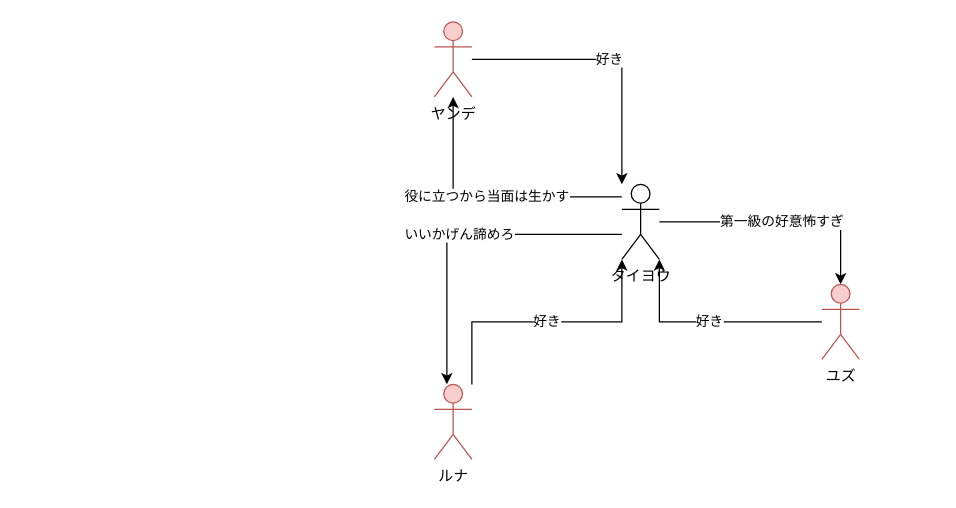
Above: relation.drawio in stakiran/isemuge (draw.io), before the change. Source tidied: cells renumbered, new cells numbered last; positions are measured from the earlier drawing's top-left corner, leaving out a move shared by most shapes. Both pictures are drawn from the tidied source at 125%, with x=0, y=0 at pixel (434, 21).
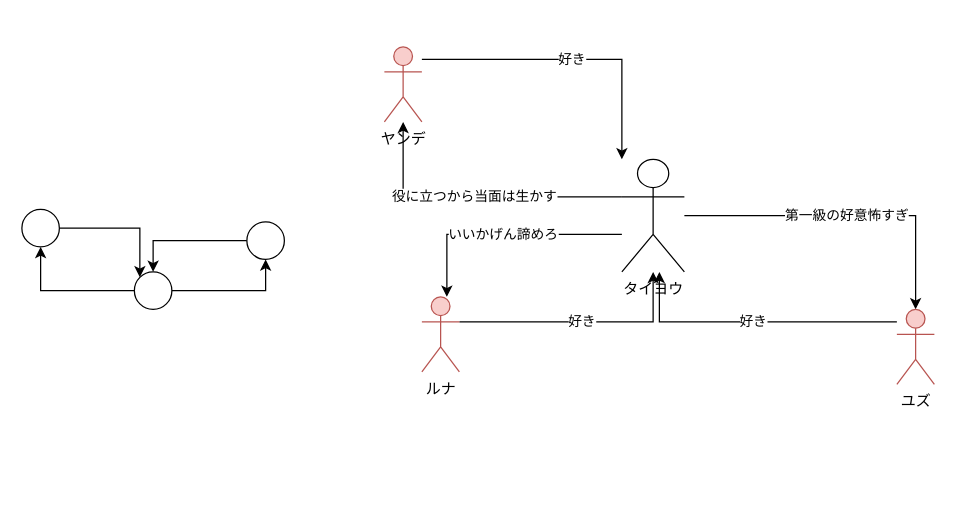
The same page after the edit.

Commit message:
draw.ioだめそうです...

Diff of the diagram source:
```diff
@@
     <mxCell id="3" value="ルナ" style="shape=umlActor;verticalLabelPosition=bottom;verticalAlign=top;html=1;outlineConnect=0;fillColor=#f8cecc;strokeColor=#b85450;" parent="1" vertex="1">
-      <mxGeometry y="290" width="30" height="60" as="geometry" />
+      <mxGeometry x="-10" y="220" width="30" height="60" as="geometry" />
     </mxCell>
@@
     <mxCell id="6" value="役に立つから当面は生かす" style="edgeStyle=orthogonalEdgeStyle;rounded=0;jettySize=auto;html=1;" parent="1" edge="1" source="7" target="11">
       <mxGeometry relative="1" as="geometry">
         <Array as="points">
-          <mxPoint x="15" y="140" />
+          <mxPoint x="-25" y="140" />
         </Array>
       </mxGeometry>
     </mxCell>
     <mxCell id="7" value="タイヨウ" style="shape=umlActor;verticalLabelPosition=bottom;verticalAlign=top;html=1;outlineConnect=0;" parent="1" vertex="1">
-      <mxGeometry x="150" y="130" width="30" height="60" as="geometry" />
+      <mxGeometry x="150" y="110" width="50" height="90" as="geometry" />
     </mxCell>
@@
     <mxCell id="9" value="ユズ" style="shape=umlActor;verticalLabelPosition=bottom;verticalAlign=top;html=1;outlineConnect=0;fillColor=#f8cecc;strokeColor=#b85450;" parent="1" vertex="1">
-      <mxGeometry x="310" y="210" width="30" height="60" as="geometry" />
+      <mxGeometry x="370" y="230" width="30" height="60" as="geometry" />
     </mxCell>
@@
     <mxCell id="11" value="ヤンデ" style="shape=umlActor;verticalLabelPosition=bottom;verticalAlign=top;html=1;outlineConnect=0;fillColor=#f8cecc;strokeColor=#b85450;" parent="1" vertex="1">
-      <mxGeometry width="30" height="60" as="geometry" />
+      <mxGeometry x="-40" y="20" width="30" height="60" as="geometry" />
     </mxCell>
+    <mxCell id="12" style="edgeStyle=orthogonalEdgeStyle;rounded=0;jettySize=auto;html=1;" parent="1" edge="1" source="14" target="16">
+      <mxGeometry relative="1" as="geometry" />
+    </mxCell>
+    <mxCell id="13" style="edgeStyle=orthogonalEdgeStyle;rounded=0;jettySize=auto;html=1;entryX=0.5;entryY=1;entryDx=0;entryDy=0;" parent="1" edge="1" source="14" target="18">
+      <mxGeometry relative="1" as="geometry" />
+    </mxCell>
+    <mxCell id="14" style="ellipse;fillColor=#ffffff;strokeColor=#000000;" parent="1" vertex="1">
+      <mxGeometry x="-240" y="200" width="30" height="30" as="geometry" />
+    </mxCell>
+    <mxCell id="15" style="edgeStyle=orthogonalEdgeStyle;rounded=0;jettySize=auto;html=1;" parent="1" edge="1" source="16" target="14">
+      <mxGeometry relative="1" as="geometry" />
+    </mxCell>
+    <mxCell id="16" style="ellipse;fillColor=#ffffff;strokeColor=#000000;" parent="1" vertex="1">
+      <mxGeometry x="-150" y="160" width="30" height="30" as="geometry" />
+    </mxCell>
+    <mxCell id="17" style="edgeStyle=orthogonalEdgeStyle;rounded=0;jettySize=auto;html=1;entryX=0;entryY=0;entryDx=0;entryDy=0;" parent="1" edge="1" source="18" target="14">
+      <mxGeometry relative="1" as="geometry" />
+    </mxCell>
+    <mxCell id="18" style="ellipse;fillColor=#ffffff;strokeColor=#000000;" parent="1" vertex="1">
+      <mxGeometry x="-330" y="150" width="30" height="30" as="geometry" />
+    </mxCell>
```
